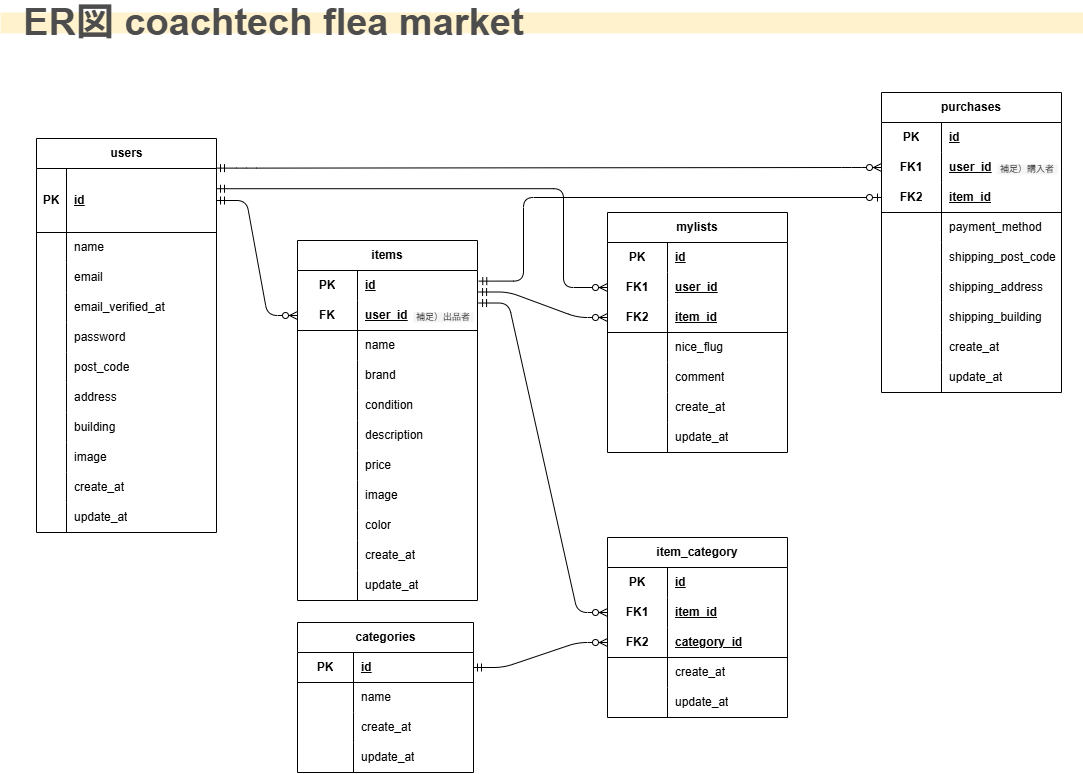
subaru-tm/coachtech-flea-market keeps this draw.io diagram as ERD.drawio.png. Above is the earlier version. Source tidied: cells renumbered, new cells last; positions are measured from the earlier drawing's top-left corner, leaving out a move shared by most shapes.
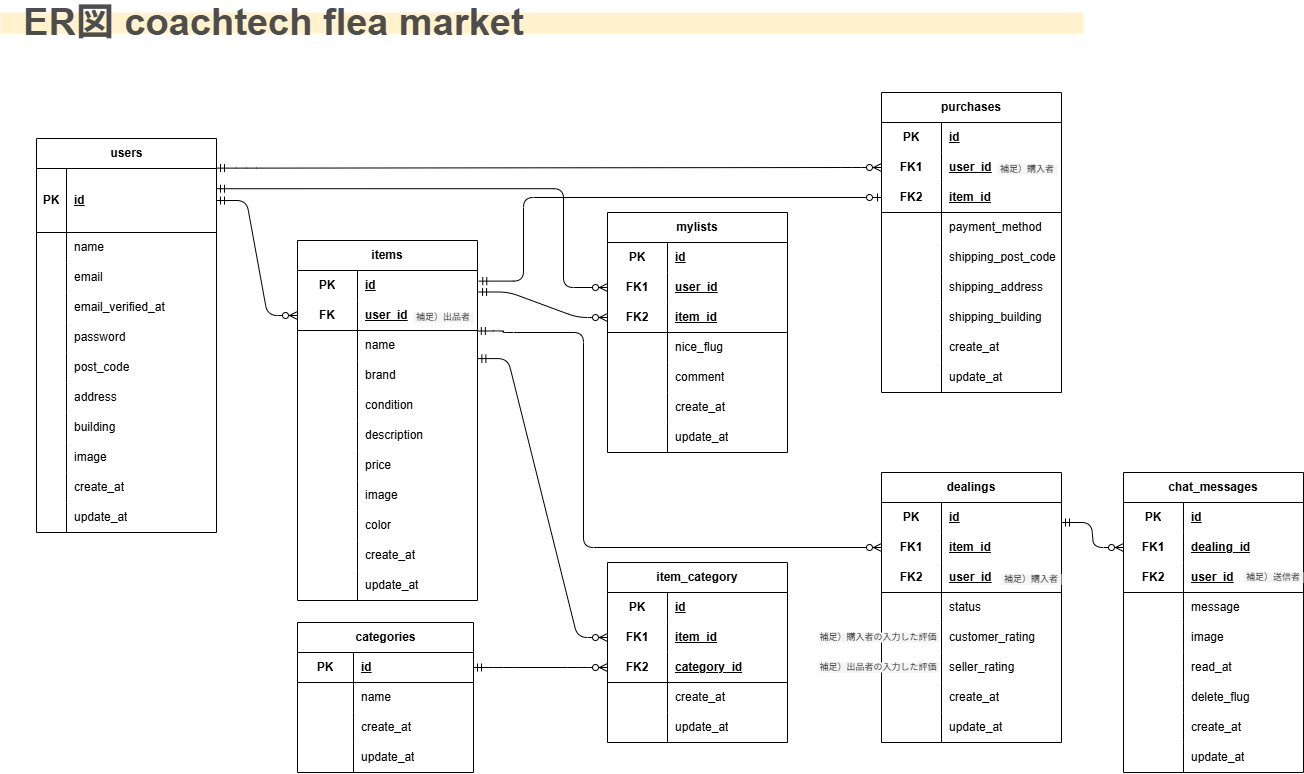
The same diagram one commit later.

Change to the diagram source:
```diff
@@ -335,7 +335,7 @@
       <mxGeometry width="1083" height="20.8" as="geometry" />
     </mxCell>
     <mxCell id="111" value="item_category" style="shape=table;startSize=30;rowLines=0;fontStyle=1;align=center;html=1;whiteSpace=wrap;" parent="1" vertex="1">
-      <mxGeometry x="607" y="525" width="180" height="180" as="geometry" />
+      <mxGeometry x="607" y="550" width="180" height="180" as="geometry" />
     </mxCell>
     <mxCell id="112" style="shape=tableRow;horizontal=0;startSize=0;swimlaneHead=0;swimlaneBody=0;fillColor=none;top=0;left=0;right=0;bottom=0;html=1;" parent="111" vertex="1">
       <mxGeometry y="30" width="180" height="30" as="geometry" />
@@ -382,7 +382,7 @@
     <mxCell id="126" value="update_at" style="shape=partialRectangle;fillColor=none;top=0;left=0;bottom=0;right=0;align=left;spacingLeft=6;overflow=hidden;html=1;whiteSpace=wrap;" parent="124" vertex="1">
       <mxGeometry x="60" width="120" height="30" as="geometry" />
     </mxCell>
-    <mxCell id="127" style="edgeStyle=entityRelationEdgeStyle;fontSize=12;html=1;endArrow=ERzeroToMany;startArrow=ERmandOne;exitX=1.006;exitY=0.084;exitDx=0;exitDy=0;exitPerimeter=0;" parent="1" edge="1" source="40" target="115">
+    <mxCell id="127" style="edgeStyle=entityRelationEdgeStyle;fontSize=12;html=1;endArrow=ERzeroToMany;startArrow=ERmandOne;exitX=1.002;exitY=0.937;exitDx=0;exitDy=0;exitPerimeter=0;" parent="1" edge="1" source="43" target="115">
       <mxGeometry relative="1" as="geometry" />
     </mxCell>
     <mxCell id="128" style="edgeStyle=entityRelationEdgeStyle;fontSize=12;html=1;endArrow=ERzeroToMany;startArrow=ERmandOne;exitX=1;exitY=0.5;exitDx=0;exitDy=0;entryX=0;entryY=0.5;entryDx=0;entryDy=0;" parent="1" edge="1" source="97" target="118">
@@ -483,5 +483,191 @@
     <mxCell id="158" value="補足）購入者" style="text;html=1;align=center;verticalAlign=middle;whiteSpace=wrap;rounded=0;fillColor=#f5f5f5;fontColor=#333333;strokeColor=none;fontSize=9;" parent="1" vertex="1">
       <mxGeometry x="997" y="152" width="60" height="10" as="geometry" />
     </mxCell>
+    <mxCell id="159" value="dealings" style="shape=table;startSize=30;rowLines=0;fontStyle=1;align=center;html=1;whiteSpace=wrap;" parent="1" vertex="1">
+      <mxGeometry x="881" y="460" width="180" height="270" as="geometry" />
+    </mxCell>
+    <mxCell id="160" style="shape=tableRow;horizontal=0;startSize=0;swimlaneHead=0;swimlaneBody=0;fillColor=none;top=0;left=0;right=0;bottom=0;html=1;" parent="159" vertex="1">
+      <mxGeometry y="30" width="180" height="30" as="geometry" />
+    </mxCell>
+    <mxCell id="161" value="PK" style="shape=partialRectangle;fillColor=none;top=0;left=0;bottom=0;right=0;fontStyle=1;overflow=hidden;html=1;whiteSpace=wrap;" parent="160" vertex="1">
+      <mxGeometry width="60" height="30" as="geometry" />
+    </mxCell>
+    <mxCell id="162" value="id" style="shape=partialRectangle;fillColor=none;top=0;left=0;bottom=0;right=0;align=left;spacingLeft=6;fontStyle=5;overflow=hidden;html=1;whiteSpace=wrap;" parent="160" vertex="1">
+      <mxGeometry x="60" width="120" height="30" as="geometry" />
+    </mxCell>
+    <mxCell id="163" style="shape=tableRow;horizontal=0;startSize=0;swimlaneHead=0;swimlaneBody=0;fillColor=none;points=[[0,0.5],[1,0.5]];portConstraint=eastwest;top=0;left=0;right=0;bottom=0;html=1;" parent="159" vertex="1">
+      <mxGeometry y="60" width="180" height="30" as="geometry" />
+    </mxCell>
+    <mxCell id="164" value="FK1" style="shape=partialRectangle;fillColor=none;top=0;left=0;bottom=0;right=0;fontStyle=1;overflow=hidden;html=1;whiteSpace=wrap;" parent="163" vertex="1">
+      <mxGeometry width="60" height="30" as="geometry" />
+    </mxCell>
+    <mxCell id="165" value="item_id" style="shape=partialRectangle;fillColor=none;top=0;left=0;bottom=0;right=0;align=left;spacingLeft=6;fontStyle=5;overflow=hidden;html=1;whiteSpace=wrap;" parent="163" vertex="1">
+      <mxGeometry x="60" width="120" height="30" as="geometry" />
+    </mxCell>
+    <mxCell id="166" style="shape=tableRow;horizontal=0;startSize=0;swimlaneHead=0;swimlaneBody=0;fillColor=none;top=0;left=0;right=0;bottom=1;html=1;" parent="159" vertex="1">
+      <mxGeometry y="90" width="180" height="30" as="geometry" />
+    </mxCell>
+    <mxCell id="167" value="FK2" style="shape=partialRectangle;fillColor=none;top=0;left=0;bottom=0;right=0;fontStyle=1;overflow=hidden;html=1;whiteSpace=wrap;" parent="166" vertex="1">
+      <mxGeometry width="60" height="30" as="geometry" />
+    </mxCell>
+    <mxCell id="168" value="user_id" style="shape=partialRectangle;fillColor=none;top=0;left=0;bottom=0;right=0;align=left;spacingLeft=6;fontStyle=5;overflow=hidden;html=1;whiteSpace=wrap;" parent="166" vertex="1">
+      <mxGeometry x="60" width="120" height="30" as="geometry" />
+    </mxCell>
+    <mxCell id="169" style="shape=tableRow;horizontal=0;startSize=0;swimlaneHead=0;swimlaneBody=0;fillColor=none;top=0;left=0;right=0;bottom=0;html=1;" parent="159" vertex="1">
+      <mxGeometry y="120" width="180" height="30" as="geometry" />
+    </mxCell>
+    <mxCell id="170" style="shape=partialRectangle;fillColor=none;top=0;left=0;bottom=0;right=0;overflow=hidden;html=1;whiteSpace=wrap;" parent="169" vertex="1">
+      <mxGeometry width="60" height="30" as="geometry" />
+    </mxCell>
+    <mxCell id="171" value="status" style="shape=partialRectangle;fillColor=none;top=0;left=0;bottom=0;right=0;align=left;spacingLeft=6;overflow=hidden;html=1;whiteSpace=wrap;" parent="169" vertex="1">
+      <mxGeometry x="60" width="120" height="30" as="geometry" />
+    </mxCell>
+    <mxCell id="172" style="shape=tableRow;horizontal=0;startSize=0;swimlaneHead=0;swimlaneBody=0;fillColor=none;top=0;left=0;right=0;bottom=0;html=1;" parent="159" vertex="1">
+      <mxGeometry y="150" width="180" height="30" as="geometry" />
+    </mxCell>
+    <mxCell id="173" style="shape=partialRectangle;fillColor=none;top=0;left=0;bottom=0;right=0;overflow=hidden;html=1;whiteSpace=wrap;" parent="172" vertex="1">
+      <mxGeometry width="60" height="30" as="geometry" />
+    </mxCell>
+    <mxCell id="174" value="customer_rating" style="shape=partialRectangle;fillColor=none;top=0;left=0;bottom=0;right=0;align=left;spacingLeft=6;overflow=hidden;html=1;whiteSpace=wrap;" parent="172" vertex="1">
+      <mxGeometry x="60" width="120" height="30" as="geometry" />
+    </mxCell>
+    <mxCell id="175" style="shape=tableRow;horizontal=0;startSize=0;swimlaneHead=0;swimlaneBody=0;fillColor=none;top=0;left=0;right=0;bottom=0;html=1;" parent="159" vertex="1">
+      <mxGeometry y="180" width="180" height="30" as="geometry" />
+    </mxCell>
+    <mxCell id="176" style="shape=partialRectangle;fillColor=none;top=0;left=0;bottom=0;right=0;overflow=hidden;html=1;whiteSpace=wrap;" parent="175" vertex="1">
+      <mxGeometry width="60" height="30" as="geometry" />
+    </mxCell>
+    <mxCell id="177" value="seller_rating" style="shape=partialRectangle;fillColor=none;top=0;left=0;bottom=0;right=0;align=left;spacingLeft=6;overflow=hidden;html=1;whiteSpace=wrap;" parent="175" vertex="1">
+      <mxGeometry x="60" width="120" height="30" as="geometry" />
+    </mxCell>
+    <mxCell id="178" style="shape=tableRow;horizontal=0;startSize=0;swimlaneHead=0;swimlaneBody=0;fillColor=none;top=0;left=0;right=0;bottom=0;html=1;" parent="159" vertex="1">
+      <mxGeometry y="210" width="180" height="30" as="geometry" />
+    </mxCell>
+    <mxCell id="179" style="shape=partialRectangle;fillColor=none;top=0;left=0;bottom=0;right=0;overflow=hidden;html=1;whiteSpace=wrap;" parent="178" vertex="1">
+      <mxGeometry width="60" height="30" as="geometry" />
+    </mxCell>
+    <mxCell id="180" value="create_at" style="shape=partialRectangle;fillColor=none;top=0;left=0;bottom=0;right=0;align=left;spacingLeft=6;overflow=hidden;html=1;whiteSpace=wrap;" parent="178" vertex="1">
+      <mxGeometry x="60" width="120" height="30" as="geometry" />
+    </mxCell>
+    <mxCell id="181" style="shape=tableRow;horizontal=0;startSize=0;swimlaneHead=0;swimlaneBody=0;fillColor=none;top=0;left=0;right=0;bottom=0;html=1;" parent="159" vertex="1">
+      <mxGeometry y="240" width="180" height="30" as="geometry" />
+    </mxCell>
+    <mxCell id="182" style="shape=partialRectangle;fillColor=none;top=0;left=0;bottom=0;right=0;overflow=hidden;html=1;whiteSpace=wrap;" parent="181" vertex="1">
+      <mxGeometry width="60" height="30" as="geometry" />
+    </mxCell>
+    <mxCell id="183" value="update_at" style="shape=partialRectangle;fillColor=none;top=0;left=0;bottom=0;right=0;align=left;spacingLeft=6;overflow=hidden;html=1;whiteSpace=wrap;" parent="181" vertex="1">
+      <mxGeometry x="60" width="120" height="30" as="geometry" />
+    </mxCell>
+    <mxCell id="184" value="補足）購入者の入力した評価" style="text;html=1;align=center;verticalAlign=middle;whiteSpace=wrap;rounded=0;fillColor=#f5f5f5;fontColor=#333333;strokeColor=none;fontSize=9;" parent="1" vertex="1">
+      <mxGeometry x="818" y="620" width="120" height="10" as="geometry" />
+    </mxCell>
+    <mxCell id="185" style="edgeStyle=orthogonalEdgeStyle;fontSize=12;html=1;endArrow=ERzeroToMany;startArrow=ERmandOne;exitX=0.999;exitY=0.016;exitDx=0;exitDy=0;exitPerimeter=0;entryX=0;entryY=0.5;entryDx=0;entryDy=0;" parent="1" edge="1" source="43" target="163">
+      <mxGeometry relative="1" as="geometry">
+        <Array as="points">
+          <mxPoint x="503" y="318" />
+          <mxPoint x="503" y="320" />
+          <mxPoint x="583" y="320" />
+          <mxPoint x="583" y="535" />
+        </Array>
+      </mxGeometry>
+    </mxCell>
+    <mxCell id="186" value="chat_messages" style="shape=table;startSize=30;rowLines=0;fontStyle=1;align=center;html=1;whiteSpace=wrap;" parent="1" vertex="1">
+      <mxGeometry x="1123" y="460" width="180" height="300" as="geometry" />
+    </mxCell>
+    <mxCell id="187" style="shape=tableRow;horizontal=0;startSize=0;swimlaneHead=0;swimlaneBody=0;fillColor=none;top=0;left=0;right=0;bottom=0;html=1;" parent="186" vertex="1">
+      <mxGeometry y="30" width="180" height="30" as="geometry" />
+    </mxCell>
+    <mxCell id="188" value="PK" style="shape=partialRectangle;fillColor=none;top=0;left=0;bottom=0;right=0;fontStyle=1;overflow=hidden;html=1;whiteSpace=wrap;" parent="187" vertex="1">
+      <mxGeometry width="60" height="30" as="geometry" />
+    </mxCell>
+    <mxCell id="189" value="id" style="shape=partialRectangle;fillColor=none;top=0;left=0;bottom=0;right=0;align=left;spacingLeft=6;fontStyle=5;overflow=hidden;html=1;whiteSpace=wrap;" parent="187" vertex="1">
+      <mxGeometry x="60" width="120" height="30" as="geometry" />
+    </mxCell>
+    <mxCell id="190" style="shape=tableRow;horizontal=0;startSize=0;swimlaneHead=0;swimlaneBody=0;fillColor=none;points=[[0,0.5],[1,0.5]];portConstraint=eastwest;top=0;left=0;right=0;bottom=0;html=1;" parent="186" vertex="1">
+      <mxGeometry y="60" width="180" height="30" as="geometry" />
+    </mxCell>
+    <mxCell id="191" value="FK1" style="shape=partialRectangle;fillColor=none;top=0;left=0;bottom=0;right=0;fontStyle=1;overflow=hidden;html=1;whiteSpace=wrap;" parent="190" vertex="1">
+      <mxGeometry width="60" height="30" as="geometry" />
+    </mxCell>
+    <mxCell id="192" value="dealing_id" style="shape=partialRectangle;fillColor=none;top=0;left=0;bottom=0;right=0;align=left;spacingLeft=6;fontStyle=5;overflow=hidden;html=1;whiteSpace=wrap;" parent="190" vertex="1">
+      <mxGeometry x="60" width="120" height="30" as="geometry" />
+    </mxCell>
+    <mxCell id="193" style="shape=tableRow;horizontal=0;startSize=0;swimlaneHead=0;swimlaneBody=0;fillColor=none;top=0;left=0;right=0;bottom=1;html=1;" parent="186" vertex="1">
+      <mxGeometry y="90" width="180" height="30" as="geometry" />
+    </mxCell>
+    <mxCell id="194" value="FK2" style="shape=partialRectangle;fillColor=none;top=0;left=0;bottom=0;right=0;fontStyle=1;overflow=hidden;html=1;whiteSpace=wrap;" parent="193" vertex="1">
+      <mxGeometry width="60" height="30" as="geometry" />
+    </mxCell>
+    <mxCell id="195" value="user_id" style="shape=partialRectangle;fillColor=none;top=0;left=0;bottom=0;right=0;align=left;spacingLeft=6;fontStyle=5;overflow=hidden;html=1;whiteSpace=wrap;" parent="193" vertex="1">
+      <mxGeometry x="60" width="120" height="30" as="geometry" />
+    </mxCell>
+    <mxCell id="196" style="shape=tableRow;horizontal=0;startSize=0;swimlaneHead=0;swimlaneBody=0;fillColor=none;top=0;left=0;right=0;bottom=0;html=1;" parent="186" vertex="1">
+      <mxGeometry y="120" width="180" height="30" as="geometry" />
+    </mxCell>
+    <mxCell id="197" style="shape=partialRectangle;fillColor=none;top=0;left=0;bottom=0;right=0;overflow=hidden;html=1;whiteSpace=wrap;" parent="196" vertex="1">
+      <mxGeometry width="60" height="30" as="geometry" />
+    </mxCell>
+    <mxCell id="198" value="message" style="shape=partialRectangle;fillColor=none;top=0;left=0;bottom=0;right=0;align=left;spacingLeft=6;overflow=hidden;html=1;whiteSpace=wrap;" parent="196" vertex="1">
+      <mxGeometry x="60" width="120" height="30" as="geometry" />
+    </mxCell>
+    <mxCell id="199" style="shape=tableRow;horizontal=0;startSize=0;swimlaneHead=0;swimlaneBody=0;fillColor=none;top=0;left=0;right=0;bottom=0;html=1;" parent="186" vertex="1">
+      <mxGeometry y="150" width="180" height="30" as="geometry" />
+    </mxCell>
+    <mxCell id="200" style="shape=partialRectangle;fillColor=none;top=0;left=0;bottom=0;right=0;overflow=hidden;html=1;whiteSpace=wrap;" parent="199" vertex="1">
+      <mxGeometry width="60" height="30" as="geometry" />
+    </mxCell>
+    <mxCell id="201" value="image" style="shape=partialRectangle;fillColor=none;top=0;left=0;bottom=0;right=0;align=left;spacingLeft=6;overflow=hidden;html=1;whiteSpace=wrap;" parent="199" vertex="1">
+      <mxGeometry x="60" width="120" height="30" as="geometry" />
+    </mxCell>
+    <mxCell id="202" style="shape=tableRow;horizontal=0;startSize=0;swimlaneHead=0;swimlaneBody=0;fillColor=none;top=0;left=0;right=0;bottom=0;html=1;" parent="186" vertex="1">
+      <mxGeometry y="180" width="180" height="30" as="geometry" />
+    </mxCell>
+    <mxCell id="203" style="shape=partialRectangle;fillColor=none;top=0;left=0;bottom=0;right=0;overflow=hidden;html=1;whiteSpace=wrap;" parent="202" vertex="1">
+      <mxGeometry width="60" height="30" as="geometry" />
+    </mxCell>
+    <mxCell id="204" value="read_at" style="shape=partialRectangle;fillColor=none;top=0;left=0;bottom=0;right=0;align=left;spacingLeft=6;overflow=hidden;html=1;whiteSpace=wrap;" parent="202" vertex="1">
+      <mxGeometry x="60" width="120" height="30" as="geometry" />
+    </mxCell>
+    <mxCell id="205" style="shape=tableRow;horizontal=0;startSize=0;swimlaneHead=0;swimlaneBody=0;fillColor=none;top=0;left=0;right=0;bottom=0;html=1;" parent="186" vertex="1">
+      <mxGeometry y="210" width="180" height="30" as="geometry" />
+    </mxCell>
+    <mxCell id="206" style="shape=partialRectangle;fillColor=none;top=0;left=0;bottom=0;right=0;overflow=hidden;html=1;whiteSpace=wrap;" parent="205" vertex="1">
+      <mxGeometry width="60" height="30" as="geometry" />
+    </mxCell>
+    <mxCell id="207" value="delete_flug" style="shape=partialRectangle;fillColor=none;top=0;left=0;bottom=0;right=0;align=left;spacingLeft=6;overflow=hidden;html=1;whiteSpace=wrap;" parent="205" vertex="1">
+      <mxGeometry x="60" width="120" height="30" as="geometry" />
+    </mxCell>
+    <mxCell id="208" style="shape=tableRow;horizontal=0;startSize=0;swimlaneHead=0;swimlaneBody=0;fillColor=none;top=0;left=0;right=0;bottom=0;html=1;" parent="186" vertex="1">
+      <mxGeometry y="240" width="180" height="30" as="geometry" />
+    </mxCell>
+    <mxCell id="209" style="shape=partialRectangle;fillColor=none;top=0;left=0;bottom=0;right=0;overflow=hidden;html=1;whiteSpace=wrap;" parent="208" vertex="1">
+      <mxGeometry width="60" height="30" as="geometry" />
+    </mxCell>
+    <mxCell id="210" value="create_at" style="shape=partialRectangle;fillColor=none;top=0;left=0;bottom=0;right=0;align=left;spacingLeft=6;overflow=hidden;html=1;whiteSpace=wrap;" parent="208" vertex="1">
+      <mxGeometry x="60" width="120" height="30" as="geometry" />
+    </mxCell>
+    <mxCell id="211" style="shape=tableRow;horizontal=0;startSize=0;swimlaneHead=0;swimlaneBody=0;fillColor=none;top=0;left=0;right=0;bottom=0;html=1;" parent="186" vertex="1">
+      <mxGeometry y="270" width="180" height="30" as="geometry" />
+    </mxCell>
+    <mxCell id="212" style="shape=partialRectangle;fillColor=none;top=0;left=0;bottom=0;right=0;overflow=hidden;html=1;whiteSpace=wrap;" parent="211" vertex="1">
+      <mxGeometry width="60" height="30" as="geometry" />
+    </mxCell>
+    <mxCell id="213" value="update_at" style="shape=partialRectangle;fillColor=none;top=0;left=0;bottom=0;right=0;align=left;spacingLeft=6;overflow=hidden;html=1;whiteSpace=wrap;" parent="211" vertex="1">
+      <mxGeometry x="60" width="120" height="30" as="geometry" />
+    </mxCell>
+    <mxCell id="214" value="補足）送信者" style="text;html=1;align=center;verticalAlign=middle;whiteSpace=wrap;rounded=0;fillColor=#f5f5f5;fontColor=#333333;strokeColor=none;fontSize=9;" parent="1" vertex="1">
+      <mxGeometry x="1243" y="560" width="60" height="10" as="geometry" />
+    </mxCell>
+    <mxCell id="215" style="edgeStyle=entityRelationEdgeStyle;fontSize=12;html=1;endArrow=ERzeroToMany;startArrow=ERmandOne;entryX=0;entryY=0.5;entryDx=0;entryDy=0;exitX=1.006;exitY=0.717;exitDx=0;exitDy=0;exitPerimeter=0;" parent="1" edge="1" target="190">
+      <mxGeometry relative="1" as="geometry">
+        <mxPoint x="1061" y="510" as="sourcePoint" />
+      </mxGeometry>
+    </mxCell>
+    <mxCell id="216" value="補足）購入者" style="text;html=1;align=center;verticalAlign=middle;whiteSpace=wrap;rounded=0;fillColor=#f5f5f5;fontColor=#333333;strokeColor=none;fontSize=9;" parent="1" vertex="1">
+      <mxGeometry x="1001" y="562" width="60" height="10" as="geometry" />
+    </mxCell>
+    <mxCell id="217" value="補足）出品者の入力した評価" style="text;html=1;align=center;verticalAlign=middle;whiteSpace=wrap;rounded=0;fillColor=#f5f5f5;fontColor=#333333;strokeColor=none;fontSize=9;" parent="1" vertex="1">
+      <mxGeometry x="818" y="650" width="120" height="10" as="geometry" />
+    </mxCell>
   </root>
 </mxGraphModel>
```
